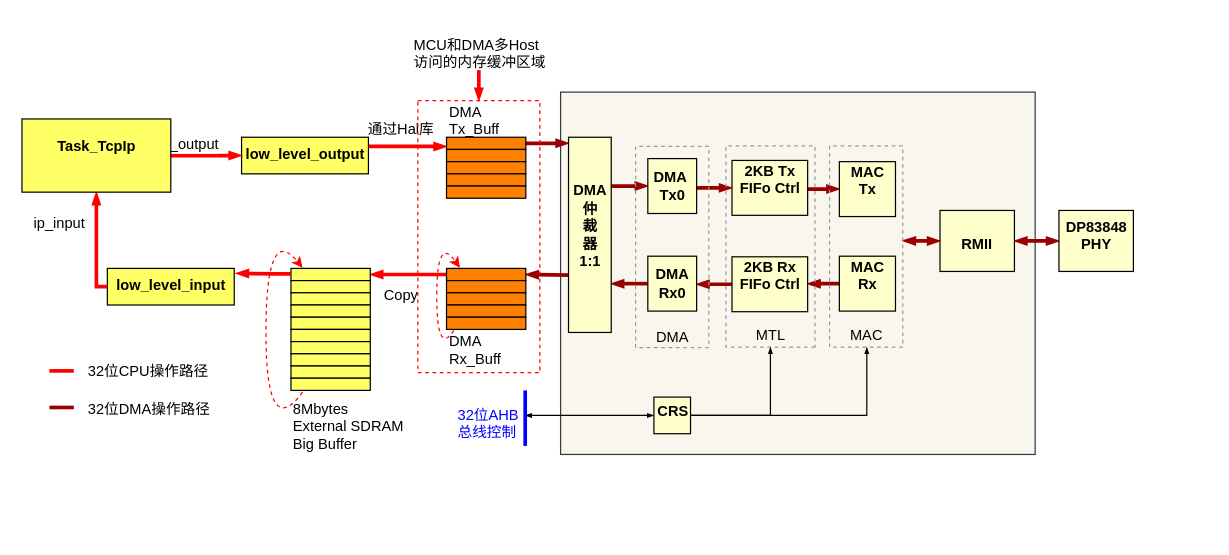
Earlier version of the draw.io diagram DMA数据数据发送逻辑.drawio (zjh6607476/drawing). Source tidied: cells renumbered, new cells numbered last; positions are measured from the earlier drawing's top-left corner, leaving out a move shared by most shapes. Both pictures are drawn from the tidied source at 122%, with x=0, y=0 at pixel (22, 33).
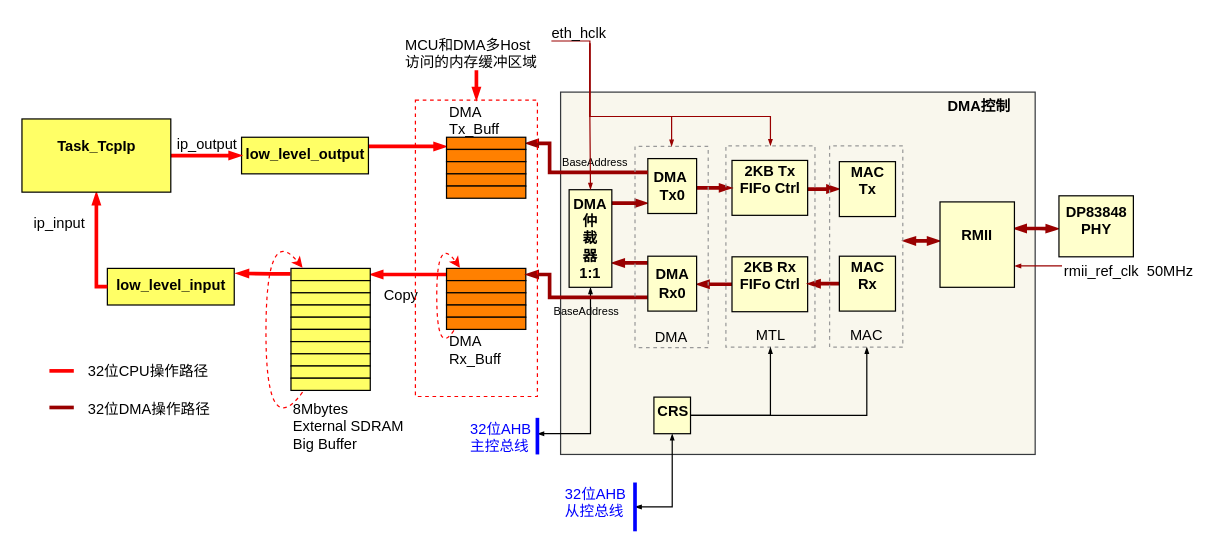
The same diagram, later.

Commit message (it also covers changes not shown here):
Update DMA数据数据发送逻辑.drawio

The change refers to these unchanged cells:
```xml
<mxCell id="20" style="align=center;verticalAlign=middle;fontStyle=0;strokeWidth=1;fillColor=#FF8000;spacing=0;whiteSpace=wrap;fontSize=8;" parent="1" vertex="1">
  <mxGeometry x="347.5" y="192.5" width="65" height="10" as="geometry" />
</mxCell>
<mxCell id="26" value="DMA &#10;Tx0" style="align=center;verticalAlign=middle;fontStyle=1;strokeWidth=1;fillColor=#FFFFCC;spacing=0;whiteSpace=wrap;" parent="1" vertex="1">
  <mxGeometry x="512.5" y="102.5" width="40" height="45" as="geometry" />
</mxCell>
<mxCell id="27" style="edgeStyle=orthogonalEdgeStyle;rounded=0;jettySize=auto;html=1;exitX=1;exitY=0.25;exitDx=0;exitDy=0;startArrow=none;startFill=0;endArrow=blockThin;endFill=1;strokeColor=#FF0000;strokeWidth=3;fontSize=12;endSize=3;startSize=3;entryX=0;entryY=0.75;entryDx=0;entryDy=0;" parent="1" edge="1" source="29" target="48">
  <mxGeometry relative="1" as="geometry" />
</mxCell>
<mxCell id="31" style="edgeStyle=orthogonalEdgeStyle;rounded=0;jettySize=auto;html=1;exitX=1;exitY=0.5;exitDx=0;exitDy=0;entryX=0;entryY=0.5;entryDx=0;entryDy=0;startArrow=none;startFill=0;startSize=3;endArrow=blockThin;endFill=1;endSize=3;strokeColor=#FF0000;strokeWidth=3;fontSize=12;" parent="1" edge="1" source="35" target="29">
  <mxGeometry relative="1" as="geometry">
    <Array as="points">
      <mxPoint x="174.5" y="100" />
    </Array>
  </mxGeometry>
</mxCell>
<mxCell id="33" style="edgeStyle=orthogonalEdgeStyle;rounded=0;jettySize=auto;html=1;exitX=0.5;exitY=1;exitDx=0;exitDy=0;startArrow=blockThin;startFill=1;startSize=3;endArrow=none;endFill=0;endSize=3;strokeColor=#FF0000;strokeWidth=3;fontSize=12;entryX=0;entryY=0.5;entryDx=0;entryDy=0;" parent="1" edge="1" source="35" target="30">
  <mxGeometry relative="1" as="geometry">
    <Array as="points">
      <mxPoint x="60.5" y="208" />
    </Array>
  </mxGeometry>
</mxCell>
<mxCell id="37" style="align=center;verticalAlign=middle;fontStyle=0;strokeWidth=1;fillColor=#FFFF66;spacing=0;whiteSpace=wrap;fontSize=8;" parent="1" vertex="1">
  <mxGeometry x="220" y="192.5" width="65" height="10" as="geometry" />
</mxCell>
<mxCell id="48" style="align=center;verticalAlign=middle;fontStyle=1;strokeWidth=1;fillColor=#FF8000;spacing=0;whiteSpace=wrap;" parent="1" vertex="1">
  <mxGeometry x="347.5" y="85" width="65" height="10" as="geometry" />
</mxCell>
<mxCell id="54" value="DMA &#10;Rx0" style="align=center;verticalAlign=middle;fontStyle=1;strokeWidth=1;fillColor=#FFFFCC;spacing=0;whiteSpace=wrap;flipH=1;flipV=0;" parent="1" vertex="1">
  <mxGeometry x="512.5" y="182.5" width="40" height="45" as="geometry" />
</mxCell>
<mxCell id="57" value="MTL" style="rounded=0;whiteSpace=wrap;html=1;fillColor=none;fontSize=12;align=center;direction=west;dashed=1;strokeColor=#999999;verticalAlign=bottom;" parent="1" vertex="1">
  <mxGeometry x="576.5" y="92" width="73" height="165" as="geometry" />
</mxCell>
<mxCell id="71" value="CRS&lt;br&gt;" style="align=center;verticalAlign=top;fontStyle=1;strokeWidth=1;fillColor=#FFFFCC;spacing=0;horizontal=1;html=1;labelBackgroundColor=none;" parent="1" vertex="1">
  <mxGeometry x="517.5" y="298" width="30" height="30" as="geometry" />
</mxCell>
```

The edit, as a diff of the source:
```diff
@@
-    <mxCell id="2" style="align=center;verticalAlign=middle;fontStyle=1;strokeWidth=1;fillColor=#f9f7ed;spacing=0;whiteSpace=wrap;strokeColor=#36393d;" parent="1" vertex="1">
+    <mxCell id="2" value="DMA控制      " style="align=right;verticalAlign=top;fontStyle=1;strokeWidth=1;fillColor=#f9f7ed;spacing=0;whiteSpace=wrap;strokeColor=#36393d;" parent="1" vertex="1">
       <mxGeometry x="441" y="48" width="389" height="297" as="geometry" />
     </mxCell>
-    <mxCell id="3" style="edgeStyle=orthogonalEdgeStyle;rounded=0;jettySize=auto;html=1;entryX=1;entryY=0.5;entryDx=0;entryDy=0;fontSize=12;strokeWidth=3;strokeColor=#990000;endArrow=none;endFill=0;startArrow=blockThin;startFill=1;endSize=3;startSize=3;" parent="1" edge="1" source="7" target="48">
-      <mxGeometry relative="1" as="geometry">
-        <Array as="points">
-          <mxPoint x="419.5" y="90" />
-          <mxPoint x="419.5" y="90" />
-        </Array>
-      </mxGeometry>
-    </mxCell>
-    <mxCell id="4" style="edgeStyle=orthogonalEdgeStyle;rounded=0;jettySize=auto;html=1;entryX=1;entryY=0.5;entryDx=0;entryDy=0;fontSize=12;strokeWidth=3;strokeColor=#990000;endArrow=blockThin;endFill=1;startArrow=none;startFill=0;endSize=3;" parent="1" edge="1" target="20">
-      <mxGeometry relative="1" as="geometry">
-        <mxPoint x="447.5" y="198" as="sourcePoint" />
-        <Array as="points">
-          <mxPoint x="447.5" y="198" />
-          <mxPoint x="429.5" y="198" />
-        </Array>
-      </mxGeometry>
-    </mxCell>
-    <mxCell id="5" style="edgeStyle=orthogonalEdgeStyle;rounded=0;jettySize=auto;html=1;exitX=1;exitY=0.25;exitDx=0;exitDy=0;startArrow=none;startFill=0;endArrow=blockThin;endFill=1;strokeColor=#990000;strokeWidth=3;fontSize=12;endSize=3;" parent="1" edge="1" source="7" target="26">
+    <mxCell id="5" style="edgeStyle=orthogonalEdgeStyle;rounded=0;jettySize=auto;html=1;exitX=1.006;exitY=0.119;exitDx=0;exitDy=0;startArrow=none;startFill=0;endArrow=blockThin;endFill=1;strokeColor=#990000;strokeWidth=3;fontSize=12;endSize=3;exitPerimeter=0;" parent="1" edge="1" source="7" target="26">
       <mxGeometry relative="1" as="geometry">
         <Array as="points">
-          <mxPoint x="509.5" y="125" />
-          <mxPoint x="509.5" y="125" />
+          <mxPoint x="513" y="139" />
+          <mxPoint x="513" y="139" />
         </Array>
       </mxGeometry>
     </mxCell>
     <mxCell id="6" style="edgeStyle=orthogonalEdgeStyle;rounded=0;jettySize=auto;html=1;exitX=1;exitY=0.75;exitDx=0;exitDy=0;startArrow=blockThin;startFill=1;endArrow=none;endFill=0;strokeColor=#990000;strokeWidth=3;fontSize=12;endSize=3;startSize=3;" parent="1" edge="1" source="7" target="54">
       <mxGeometry relative="1" as="geometry">
         <Array as="points">
-          <mxPoint x="509.5" y="205" />
-          <mxPoint x="509.5" y="205" />
+          <mxPoint x="492" y="188" />
+          <mxPoint x="492" y="188" />
         </Array>
       </mxGeometry>
     </mxCell>
+    <mxCell id="74" style="edgeStyle=orthogonalEdgeStyle;rounded=0;jettySize=auto;html=1;exitX=0.5;exitY=1;exitDx=0;exitDy=0;startArrow=blockThin;startFill=1;startSize=3;endArrow=blockThin;endFill=1;endSize=3;strokeColor=#000000;strokeWidth=1;fontSize=12;fontColor=#FFFFFF;" parent="1" edge="1" source="7">
+      <mxGeometry relative="1" as="geometry">
+        <mxPoint x="422" y="328" as="targetPoint" />
+        <Array as="points">
+          <mxPoint x="465" y="328" />
+        </Array>
+      </mxGeometry>
+    </mxCell>
-    <mxCell id="7" value="DMA仲&#10;裁&#10;器&#10;1:1&#10;" style="align=center;verticalAlign=middle;fontStyle=1;strokeWidth=1;fillColor=#FFFFCC;spacing=0;whiteSpace=wrap;horizontal=1;" parent="1" vertex="1">
-      <mxGeometry x="447.5" y="85" width="35" height="160" as="geometry" />
+    <mxCell id="7" value="&#10;DMA仲&#10;裁&#10;器&#10;1:1&#10;" style="align=center;verticalAlign=middle;fontStyle=1;strokeWidth=1;fillColor=#FFFFCC;spacing=0;whiteSpace=wrap;horizontal=1;" parent="1" vertex="1">
+      <mxGeometry x="448" y="128" width="35" height="80" as="geometry" />
     </mxCell>
@@
-    <mxCell id="16" style="edgeStyle=orthogonalEdgeStyle;rounded=0;jettySize=auto;html=1;exitX=1;exitY=0.5;exitDx=0;exitDy=0;startArrow=blockThin;startFill=1;endArrow=blockThin;endFill=1;strokeColor=#990000;strokeWidth=3;fontSize=12;endSize=3;startSize=3;" parent="1" edge="1" source="17" target="18">
-      <mxGeometry relative="1" as="geometry" />
+    <mxCell id="16" style="edgeStyle=orthogonalEdgeStyle;rounded=0;jettySize=auto;html=1;exitX=0.991;exitY=0.312;exitDx=0;exitDy=0;startArrow=blockThin;startFill=1;endArrow=blockThin;endFill=1;strokeColor=#990000;strokeWidth=3;fontSize=12;endSize=3;startSize=3;exitPerimeter=0;entryX=-0.004;entryY=0.541;entryDx=0;entryDy=0;entryPerimeter=0;" parent="1" edge="1" source="17" target="18">
+      <mxGeometry relative="1" as="geometry">
+        <Array as="points">
+          <mxPoint x="833" y="160" />
+        </Array>
+      </mxGeometry>
     </mxCell>
+    <mxCell id="75" style="edgeStyle=orthogonalEdgeStyle;rounded=0;jettySize=auto;html=1;exitX=1;exitY=0.75;exitDx=0;exitDy=0;startArrow=blockThin;startFill=1;startSize=3;endArrow=none;endFill=0;endSize=3;strokeColor=#990000;strokeWidth=1;fontSize=12;fontColor=#FFFFFF;" parent="1" edge="1" source="17">
+      <mxGeometry relative="1" as="geometry">
+        <mxPoint x="852" y="190" as="targetPoint" />
+      </mxGeometry>
+    </mxCell>
-    <mxCell id="17" value="RMII&#10;" style="align=center;verticalAlign=bottom;fontStyle=1;strokeWidth=1;fillColor=#FFFFCC;spacing=0;whiteSpace=wrap;horizontal=1;" parent="1" vertex="1">
-      <mxGeometry x="752" y="145" width="61" height="50" as="geometry" />
+    <mxCell id="17" value="RMII&#10;" style="align=center;verticalAlign=middle;fontStyle=1;strokeWidth=1;fillColor=#FFFFCC;spacing=0;whiteSpace=wrap;horizontal=1;" parent="1" vertex="1">
+      <mxGeometry x="752" y="138" width="61" height="70" as="geometry" />
     </mxCell>
     <mxCell id="18" value="DP83848&#10;PHY&#10;" style="align=center;verticalAlign=bottom;fontStyle=1;strokeWidth=1;fillColor=#FFFFCC;spacing=0;whiteSpace=wrap;horizontal=1;" parent="1" vertex="1">
-      <mxGeometry x="849.5" y="145" width="61" height="50" as="geometry" />
+      <mxGeometry x="849.5" y="133" width="61" height="50" as="geometry" />
     </mxCell>
-    <mxCell id="19" value="Copy" style="edgeStyle=orthogonalEdgeStyle;rounded=0;jettySize=auto;html=1;exitX=0;exitY=0.5;exitDx=0;exitDy=0;entryX=1;entryY=0.5;entryDx=0;entryDy=0;startArrow=none;startFill=0;endArrow=blockThin;endFill=1;strokeColor=#FF0000;strokeWidth=3;fontSize=12;endSize=3;" parent="1" edge="1" source="20" target="37">
+    <mxCell id="19" value="Copy" style="edgeStyle=orthogonalEdgeStyle;rounded=0;jettySize=auto;html=1;exitX=0;exitY=0.5;exitDx=0;exitDy=0;entryX=1;entryY=0.5;entryDx=0;entryDy=0;startArrow=none;startFill=0;endArrow=blockThin;endFill=1;strokeColor=#FF0000;strokeWidth=3;fontSize=12;endSize=3;labelBackgroundColor=none;" parent="1" edge="1" source="20" target="37">
       <mxGeometry x="0.22" y="17" relative="1" as="geometry" />
     </mxCell>
@@
-    <mxCell id="28" value="通过Hal库" style="text;html=1;align=center;verticalAlign=middle;labelBackgroundColor=#ffffff;fontSize=12;horizontal=1;" parent="27" vertex="1">
-      <mxGeometry x="-0.22" relative="1" as="geometry">
-        <mxPoint x="0.5" y="-14" as="offset" />
-      </mxGeometry>
-    </mxCell>
@@
-    <mxCell id="32" value="ip_output" style="text;html=1;align=center;verticalAlign=middle;labelBackgroundColor=#ffffff;fontSize=12;" parent="31" vertex="1">
+    <mxCell id="32" value="ip_output" style="text;html=1;align=center;verticalAlign=middle;labelBackgroundColor=none;fontSize=12;" parent="31" vertex="1">
       <mxGeometry x="0.35" y="20" relative="1" as="geometry">
-        <mxPoint x="-25" y="10" as="offset" />
+        <mxPoint x="-10.5" y="10" as="offset" />
       </mxGeometry>
     </mxCell>
@@
-    <mxCell id="34" value="ip_input" style="text;html=1;align=center;verticalAlign=middle;labelBackgroundColor=#ffffff;fontSize=12;" parent="33" vertex="1">
+    <mxCell id="34" value="ip_input" style="text;html=1;align=center;verticalAlign=middle;labelBackgroundColor=none;fontSize=12;" parent="33" vertex="1">
       <mxGeometry x="0.32" y="11" relative="1" as="geometry">
         <mxPoint x="-42.5" y="-32" as="offset" />
       </mxGeometry>
     </mxCell>
@@
-    <mxCell id="47" value="8Mbytes&lt;br&gt;External SDRAM&lt;br&gt;Big Buffer&lt;br&gt;" style="text;html=1;align=left;verticalAlign=top;spacingTop=-4;" parent="1" vertex="1">
-      <mxGeometry x="219.5" y="297.5" width="110" height="40" as="geometry" />
+    <mxCell id="47" value="8Mbytes&lt;br&gt;External SDRAM&lt;br&gt;Big Buffer&lt;br&gt;&lt;br&gt;" style="text;html=1;align=left;verticalAlign=top;spacingTop=-4;" parent="1" vertex="1">
+      <mxGeometry x="219.5" y="297.5" width="110" height="60" as="geometry" />
     </mxCell>
+    <mxCell id="76" style="edgeStyle=orthogonalEdgeStyle;rounded=0;jettySize=auto;html=1;exitX=1;exitY=0.5;exitDx=0;exitDy=0;entryX=0;entryY=0.25;entryDx=0;entryDy=0;startArrow=blockThin;startFill=1;startSize=3;endArrow=none;endFill=0;endSize=3;strokeColor=#990000;strokeWidth=3;fontSize=12;fontColor=#FFFFFF;labelBackgroundColor=none;" parent="1" edge="1" source="48" target="26">
+      <mxGeometry relative="1" as="geometry">
+        <Array as="points">
+          <mxPoint x="432" y="90" />
+          <mxPoint x="432" y="114" />
+        </Array>
+      </mxGeometry>
+    </mxCell>
+    <mxCell id="77" value="&lt;span&gt;&lt;font color=&quot;#000000&quot;&gt;BaseAddress&lt;/font&gt;&lt;/span&gt;" style="text;html=1;align=center;verticalAlign=middle;labelBackgroundColor=none;fontSize=9;fontColor=#FFFFFF;" parent="76" vertex="1">
+      <mxGeometry x="-0.25" y="-2" relative="1" as="geometry">
+        <mxPoint x="33.5" y="-10.5" as="offset" />
+      </mxGeometry>
+    </mxCell>
@@
+    <mxCell id="78" style="edgeStyle=orthogonalEdgeStyle;rounded=0;jettySize=auto;html=1;exitX=0;exitY=0.75;exitDx=0;exitDy=0;entryX=1;entryY=0.5;entryDx=0;entryDy=0;startArrow=none;startFill=0;startSize=3;endArrow=blockThin;endFill=1;endSize=3;strokeColor=#990000;strokeWidth=3;fontSize=12;fontColor=#FFFFFF;" parent="1" edge="1" source="54" target="20">
+      <mxGeometry relative="1" as="geometry">
+        <Array as="points">
+          <mxPoint x="432" y="216" />
+          <mxPoint x="432" y="198" />
+        </Array>
+      </mxGeometry>
+    </mxCell>
+    <mxCell id="79" value="&lt;font color=&quot;#000000&quot;&gt;BaseAddress&lt;/font&gt;" style="text;html=1;align=center;verticalAlign=middle;labelBackgroundColor=none;fontSize=9;fontColor=#FFFFFF;" parent="78" vertex="1">
+      <mxGeometry x="0.34" y="3" relative="1" as="geometry">
+        <mxPoint x="29" y="8" as="offset" />
+      </mxGeometry>
+    </mxCell>
@@
     <mxCell id="56" value="DMA" style="rounded=0;whiteSpace=wrap;html=1;fillColor=none;fontSize=12;align=center;direction=west;dashed=1;strokeColor=#999999;verticalAlign=bottom;" parent="1" vertex="1">
-      <mxGeometry x="502.5" y="92.5" width="60" height="165" as="geometry" />
+      <mxGeometry x="502" y="92.5" width="60" height="165" as="geometry" />
     </mxCell>
@@
     <mxCell id="59" style="rounded=0;whiteSpace=wrap;html=1;dashed=1;strokeColor=#FF0000;fillColor=none;fontSize=12;align=center;" parent="1" vertex="1">
-      <mxGeometry x="324" y="55" width="100" height="223" as="geometry" />
+      <mxGeometry x="322" y="54.5" width="100" height="243" as="geometry" />
     </mxCell>
     <mxCell id="60" style="edgeStyle=orthogonalEdgeStyle;rounded=0;jettySize=auto;html=1;entryX=0.5;entryY=0;entryDx=0;entryDy=0;startArrow=none;startFill=0;endArrow=blockThin;endFill=1;strokeColor=#FF0000;strokeWidth=3;fontSize=12;endSize=3;startSize=3;" parent="1" edge="1" source="61" target="59">
       <mxGeometry relative="1" as="geometry">
         <Array as="points">
-          <mxPoint x="373.5" y="55" />
-          <mxPoint x="373.5" y="55" />
+          <mxPoint x="372" y="48" />
+          <mxPoint x="372" y="48" />
         </Array>
       </mxGeometry>
     </mxCell>
     <mxCell id="61" value="MCU和DMA多Host&lt;br&gt;访问的内存缓冲区域" style="text;html=1;points=[];align=left;verticalAlign=top;spacingTop=-4;fontSize=12;" parent="1" vertex="1">
-      <mxGeometry x="318.5" width="120" height="30" as="geometry" />
+      <mxGeometry x="312" width="120" height="30" as="geometry" />
     </mxCell>
@@
-    <mxCell id="70" style="edgeStyle=orthogonalEdgeStyle;rounded=0;jettySize=auto;html=1;exitX=0;exitY=0.5;exitDx=0;exitDy=0;startArrow=blockThin;startFill=1;startSize=3;endArrow=blockThin;endFill=1;endSize=3;strokeColor=#000000;strokeWidth=1;fontSize=12;fontColor=#FFFFFF;" parent="1" edge="1" source="71">
+    <mxCell id="70" style="edgeStyle=orthogonalEdgeStyle;rounded=0;jettySize=auto;html=1;exitX=0.5;exitY=1;exitDx=0;exitDy=0;startArrow=blockThin;startFill=1;startSize=3;endArrow=blockThin;endFill=1;endSize=3;strokeColor=#000000;strokeWidth=1;fontSize=12;fontColor=#FFFFFF;" parent="1" edge="1" source="71">
       <mxGeometry relative="1" as="geometry">
-        <mxPoint x="412" y="313" as="targetPoint" />
+        <mxPoint x="502" y="388" as="targetPoint" />
+        <Array as="points">
+          <mxPoint x="532" y="388" />
+        </Array>
       </mxGeometry>
     </mxCell>
@@
     <mxCell id="72" style="endArrow=none;html=1;strokeColor=#0000FF;strokeWidth=3;fontSize=12;fontColor=#FFFFFF;" parent="1" edge="1">
       <mxGeometry relative="1" as="geometry">
-        <mxPoint x="412" y="338" as="sourcePoint" />
-        <mxPoint x="412" y="292.5" as="targetPoint" />
+        <mxPoint x="502" y="408" as="sourcePoint" />
+        <mxPoint x="502" y="368" as="targetPoint" />
       </mxGeometry>
     </mxCell>
-    <mxCell id="73" value="&lt;font color=&quot;#0000ff&quot;&gt;32位AHB&lt;br&gt;总线控制&lt;/font&gt;" style="text;html=1;align=left;verticalAlign=top;spacingTop=-4;fontSize=12;fontColor=#FFFFFF;" parent="1" vertex="1">
-      <mxGeometry x="355" y="302.5" width="70" height="30" as="geometry" />
+    <mxCell id="73" value="&lt;font color=&quot;#0000ff&quot;&gt;32位AHB&lt;br&gt;从控总线&lt;br&gt;&lt;/font&gt;" style="text;html=1;align=left;verticalAlign=top;spacingTop=-4;fontSize=12;fontColor=#FFFFFF;" parent="1" vertex="1">
+      <mxGeometry x="442.5" y="368" width="70" height="30" as="geometry" />
     </mxCell>
+    <mxCell id="80" value="&lt;font color=&quot;#000000&quot;&gt;rmii_ref_clk&amp;nbsp; 50MHz&lt;br&gt;&lt;/font&gt;" style="text;html=1;align=left;verticalAlign=top;spacingTop=-4;fontSize=12;fontColor=#FFFFFF;" parent="1" vertex="1">
+      <mxGeometry x="852" y="185" width="120" height="20" as="geometry" />
+    </mxCell>
+    <mxCell id="81" style="edgeStyle=orthogonalEdgeStyle;rounded=0;jettySize=auto;html=1;exitX=0.5;exitY=1;exitDx=0;exitDy=0;startArrow=none;startFill=0;startSize=3;endArrow=blockThin;endFill=1;endSize=3;strokeColor=#990000;strokeWidth=1;fontSize=12;fontColor=#FFFFFF;entryX=0.5;entryY=1;entryDx=0;entryDy=0;" parent="1" edge="1" target="57">
+      <mxGeometry relative="1" as="geometry">
+        <mxPoint x="465" y="8" as="sourcePoint" />
+        <Array as="points">
+          <mxPoint x="465" y="68" />
+          <mxPoint x="613" y="68" />
+        </Array>
+      </mxGeometry>
+    </mxCell>
+    <mxCell id="82" style="edgeStyle=orthogonalEdgeStyle;rounded=0;jettySize=auto;html=1;exitX=0.5;exitY=1;exitDx=0;exitDy=0;entryX=0.5;entryY=0;entryDx=0;entryDy=0;startArrow=none;startFill=0;startSize=3;endArrow=blockThin;endFill=1;endSize=3;strokeColor=#990000;strokeWidth=1;fontSize=12;fontColor=#FFFFFF;" parent="1" edge="1" target="7">
+      <mxGeometry relative="1" as="geometry">
+        <mxPoint x="465" y="8" as="sourcePoint" />
+        <Array as="points">
+          <mxPoint x="465" y="68" />
+        </Array>
+      </mxGeometry>
+    </mxCell>
+    <mxCell id="83" style="edgeStyle=orthogonalEdgeStyle;rounded=0;jettySize=auto;html=1;entryX=0.5;entryY=1;entryDx=0;entryDy=0;startArrow=none;startFill=0;startSize=3;endArrow=blockThin;endFill=1;endSize=3;strokeColor=#990000;strokeWidth=1;fontSize=12;fontColor=#FFFFFF;exitX=0.024;exitY=0.805;exitDx=0;exitDy=0;exitPerimeter=0;" parent="1" edge="1" source="84" target="56">
+      <mxGeometry relative="1" as="geometry">
+        <Array as="points">
+          <mxPoint x="465" y="6" />
+          <mxPoint x="465" y="68" />
+          <mxPoint x="532" y="68" />
+        </Array>
+      </mxGeometry>
+    </mxCell>
+    <mxCell id="84" value="&lt;font color=&quot;#000000&quot;&gt;eth_hclk&lt;/font&gt;" style="text;html=1;points=[];align=left;verticalAlign=top;spacingTop=-4;fontSize=12;fontColor=#FFFFFF;" parent="1" vertex="1">
+      <mxGeometry x="432" y="-10" width="60" height="20" as="geometry" />
+    </mxCell>
+    <mxCell id="85" value="&lt;font color=&quot;#0000ff&quot;&gt;&amp;nbsp; &amp;nbsp; 32位AHB&lt;br&gt;&amp;nbsp; &amp;nbsp; 主控总线&lt;/font&gt;&lt;br&gt;" style="text;html=1;align=left;verticalAlign=top;spacingTop=-4;fontSize=12;fontColor=#FFFFFF;" parent="1" vertex="1">
+      <mxGeometry x="352" y="315" width="80" height="30" as="geometry" />
+    </mxCell>
+    <mxCell id="86" style="endArrow=none;html=1;strokeColor=#0000FF;strokeWidth=3;fontSize=12;fontColor=#FFFFFF;" parent="1" edge="1">
+      <mxGeometry relative="1" as="geometry">
+        <mxPoint x="422" y="315" as="sourcePoint" />
+        <mxPoint x="422" y="345" as="targetPoint" />
+      </mxGeometry>
+    </mxCell>
```
